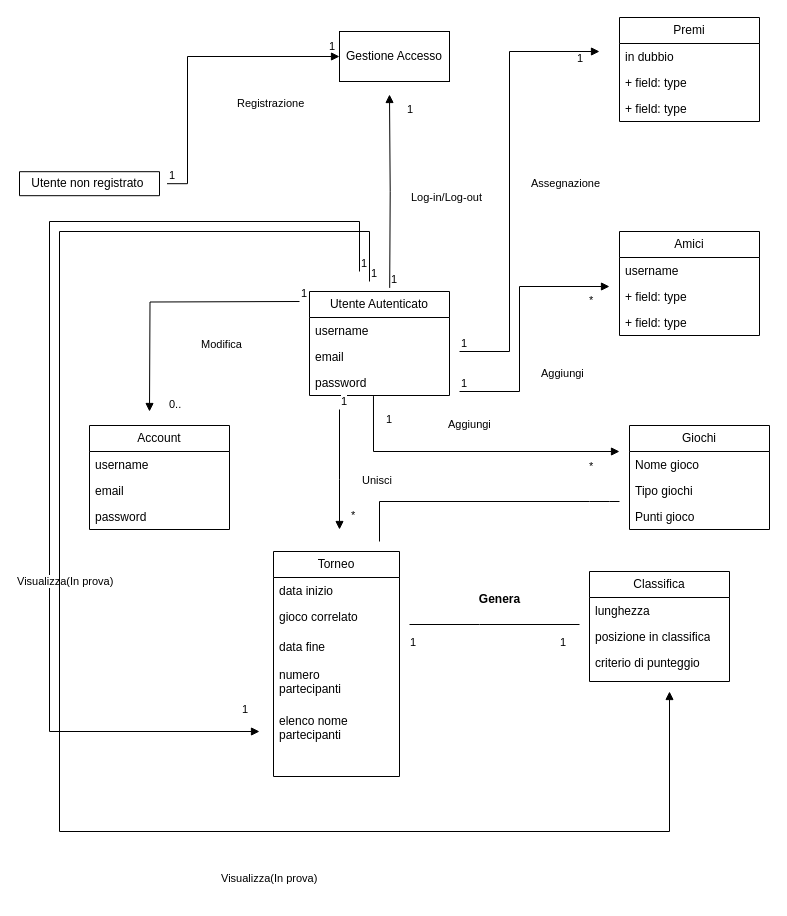
The draw.io diagram EF2/documentazione_progetto/UML_dominio.drawio in IngSW-unipv/Progetto-K24, before the edit. Source tidied: cells renumbered, new cells numbered last; positions are measured from the earlier drawing's top-left corner, leaving out a move shared by most shapes. Both pictures are drawn from the tidied source at 100%, with x=0, y=0 at pixel (19, 17).
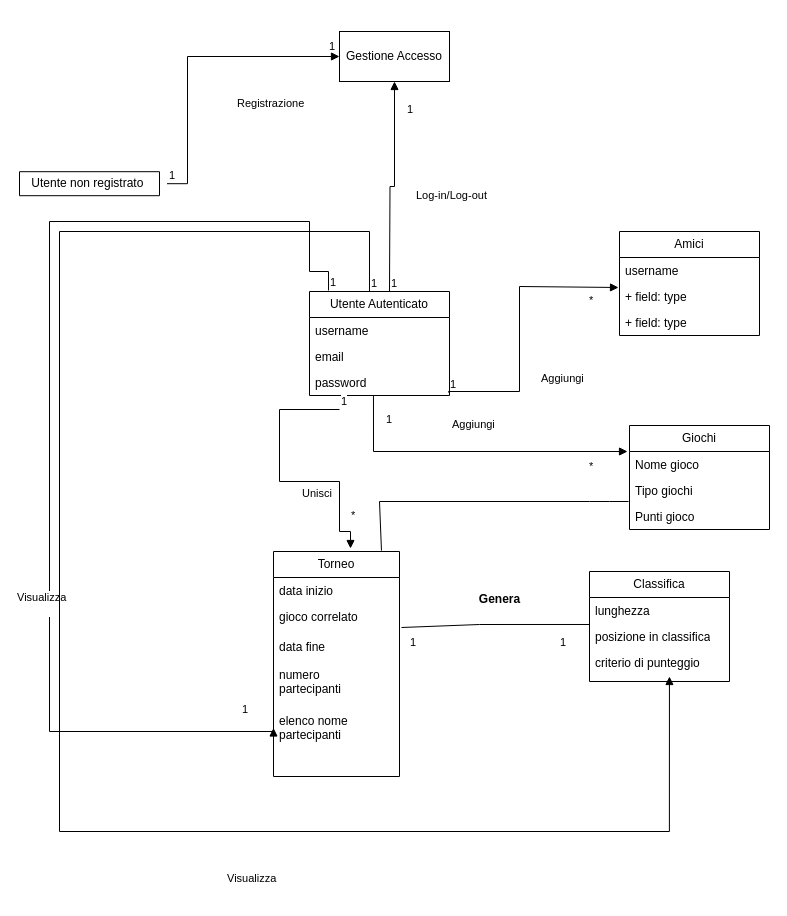
The same page after the edit.

The change refers to these unchanged cells:
```xml
<mxCell id="2" value="Torneo" style="swimlane;fontStyle=0;horizontal=1;startSize=26;fillColor=none;whiteSpace=wrap;html=1;" parent="1" vertex="1">
  <mxGeometry x="254" y="534" width="126" height="225" as="geometry" />
</mxCell>
<mxCell id="4" value="gioco correlato" style="text;strokeColor=none;fillColor=none;align=left;verticalAlign=top;spacingLeft=4;spacingRight=4;overflow=hidden;points=[[0,0.5],[1,0.5]];portConstraint=eastwest;whiteSpace=wrap;html=1;" parent="2" vertex="1">
  <mxGeometry y="52" width="126" height="30" as="geometry" />
</mxCell>
<mxCell id="7" value="elenco nome partecipanti" style="text;strokeColor=none;fillColor=none;align=left;verticalAlign=top;spacingLeft=4;spacingRight=4;overflow=hidden;points=[[0,0.5],[1,0.5]];portConstraint=eastwest;whiteSpace=wrap;html=1;" parent="2" vertex="1">
  <mxGeometry y="156" width="126" height="41" as="geometry" />
</mxCell>
<mxCell id="9" value="Utente Autenticato" style="swimlane;fontStyle=0;horizontal=1;startSize=26;fillColor=none;whiteSpace=wrap;html=1;" parent="1" vertex="1">
  <mxGeometry x="290" y="274" width="140" height="104" as="geometry" />
</mxCell>
<mxCell id="12" value="password" style="text;strokeColor=none;fillColor=none;align=left;verticalAlign=top;spacingLeft=4;spacingRight=4;overflow=hidden;points=[[0,0.5],[1,0.5]];portConstraint=eastwest;whiteSpace=wrap;html=1;" parent="9" vertex="1">
  <mxGeometry y="78" width="140" height="26" as="geometry" />
</mxCell>
<mxCell id="16" value="Gestione Accesso" style="html=1;whiteSpace=wrap;" parent="1" vertex="1">
  <mxGeometry x="320" y="14" width="110" height="50" as="geometry" />
</mxCell>
<mxCell id="21" value="+ field: type" style="text;strokeColor=none;fillColor=none;align=left;verticalAlign=top;spacingLeft=4;spacingRight=4;overflow=hidden;points=[[0,0.5],[1,0.5]];portConstraint=eastwest;whiteSpace=wrap;html=1;" parent="19" vertex="1">
  <mxGeometry y="52" width="140" height="26" as="geometry" />
</mxCell>
<mxCell id="28" value="Nome gioco" style="text;strokeColor=none;fillColor=none;align=left;verticalAlign=top;spacingLeft=4;spacingRight=4;overflow=hidden;points=[[0,0.5],[1,0.5]];portConstraint=eastwest;whiteSpace=wrap;html=1;" parent="27" vertex="1">
  <mxGeometry y="26" width="140" height="26" as="geometry" />
</mxCell>
<mxCell id="29" value="Tipo giochi" style="text;strokeColor=none;fillColor=none;align=left;verticalAlign=top;spacingLeft=4;spacingRight=4;overflow=hidden;points=[[0,0.5],[1,0.5]];portConstraint=eastwest;whiteSpace=wrap;html=1;" parent="27" vertex="1">
  <mxGeometry y="52" width="140" height="26" as="geometry" />
</mxCell>
<mxCell id="51" value="&lt;span style=&quot;color: rgb(0, 0, 0); font-family: Helvetica; font-size: 11px; font-style: normal; font-variant-ligatures: normal; font-variant-caps: normal; font-weight: 400; letter-spacing: normal; orphans: 2; text-align: left; text-indent: 0px; text-transform: none; widows: 2; word-spacing: 0px; -webkit-text-stroke-width: 0px; background-color: rgb(255, 255, 255); text-decoration-thickness: initial; text-decoration-style: initial; text-decoration-color: initial; float: none; display: inline !important;&quot;&gt;*&lt;/span&gt;" style="text;whiteSpace=wrap;html=1;" parent="1" vertex="1">
  <mxGeometry x="330" y="484" width="40" height="40" as="geometry" />
</mxCell>
<mxCell id="56" style="text;strokeColor=none;fillColor=none;align=left;verticalAlign=top;spacingLeft=4;spacingRight=4;overflow=hidden;points=[[0,0.5],[1,0.5]];portConstraint=eastwest;whiteSpace=wrap;html=1;" parent="52" vertex="1">
  <mxGeometry y="104" width="140" height="6" as="geometry" />
</mxCell>
<mxCell id="59" value="posizione in classifica" style="text;strokeColor=none;fillColor=none;align=left;verticalAlign=top;spacingLeft=4;spacingRight=4;overflow=hidden;points=[[0,0.5],[1,0.5]];portConstraint=eastwest;whiteSpace=wrap;html=1;" parent="1" vertex="1">
  <mxGeometry x="570" y="606" width="140" height="26" as="geometry" />
</mxCell>
```

Change to the diagram source:
```diff
@@
-    <mxCell id="14" value="Log-in/Log-out" style="endArrow=block;endFill=1;html=1;edgeStyle=orthogonalEdgeStyle;align=left;verticalAlign=top;rounded=0;exitX=0.573;exitY=0.033;exitDx=0;exitDy=0;exitPerimeter=0;" parent="1" edge="1">
+    <mxCell id="14" value="Log-in/Log-out" style="endArrow=block;endFill=1;html=1;edgeStyle=orthogonalEdgeStyle;align=left;verticalAlign=top;rounded=0;entryX=0.5;entryY=1;entryDx=0;entryDy=0;" parent="1" edge="1" target="16">
       <mxGeometry x="0.06" y="-20" relative="1" as="geometry">
-        <mxPoint x="370.2" y="270.4" as="sourcePoint" />
-        <mxPoint x="370" y="77" as="targetPoint" />
+        <mxPoint x="370" y="274" as="sourcePoint" />
       </mxGeometry>
     </mxCell>
@@
-    <mxCell id="23" value="Premi" style="swimlane;fontStyle=0;horizontal=1;startSize=26;fillColor=none;whiteSpace=wrap;html=1;" parent="1" vertex="1">
-      <mxGeometry x="600" width="140" height="104" as="geometry" />
-    </mxCell>
-    <mxCell id="24" value="in dubbio" style="text;strokeColor=none;fillColor=none;align=left;verticalAlign=top;spacingLeft=4;spacingRight=4;overflow=hidden;whiteSpace=wrap;html=1;" parent="23" vertex="1">
-      <mxGeometry y="26" width="140" height="26" as="geometry" />
-    </mxCell>
-    <mxCell id="25" value="+ field: type" style="text;strokeColor=none;fillColor=none;align=left;verticalAlign=top;spacingLeft=4;spacingRight=4;overflow=hidden;whiteSpace=wrap;html=1;" parent="23" vertex="1">
-      <mxGeometry y="52" width="140" height="26" as="geometry" />
-    </mxCell>
-    <mxCell id="26" value="+ field: type" style="text;strokeColor=none;fillColor=none;align=left;verticalAlign=top;spacingLeft=4;spacingRight=4;overflow=hidden;whiteSpace=wrap;html=1;" parent="23" vertex="1">
-      <mxGeometry y="78" width="140" height="26" as="geometry" />
-    </mxCell>
@@
-    <mxCell id="31" value="Account" style="swimlane;fontStyle=0;horizontal=1;startSize=26;fillColor=none;whiteSpace=wrap;html=1;" parent="1" vertex="1">
-      <mxGeometry x="70" y="408" width="140" height="104" as="geometry" />
-    </mxCell>
-    <mxCell id="32" value="username" style="text;strokeColor=none;fillColor=none;align=left;verticalAlign=top;spacingLeft=4;spacingRight=4;overflow=hidden;whiteSpace=wrap;html=1;" parent="31" vertex="1">
-      <mxGeometry y="26" width="140" height="26" as="geometry" />
-    </mxCell>
-    <mxCell id="33" value="email" style="text;strokeColor=none;fillColor=none;align=left;verticalAlign=top;spacingLeft=4;spacingRight=4;overflow=hidden;whiteSpace=wrap;html=1;" parent="31" vertex="1">
-      <mxGeometry y="52" width="140" height="26" as="geometry" />
-    </mxCell>
-    <mxCell id="34" value="password" style="text;strokeColor=none;fillColor=none;align=left;verticalAlign=top;spacingLeft=4;spacingRight=4;overflow=hidden;whiteSpace=wrap;html=1;" parent="31" vertex="1">
-      <mxGeometry y="78" width="140" height="26" as="geometry" />
-    </mxCell>
-    <mxCell id="35" value="Modifica" style="endArrow=block;endFill=1;html=1;edgeStyle=orthogonalEdgeStyle;align=left;verticalAlign=top;rounded=0;" parent="1" edge="1">
-      <mxGeometry x="-0.23" y="30" relative="1" as="geometry">
-        <mxPoint x="280" y="284" as="sourcePoint" />
-        <mxPoint x="130" y="394" as="targetPoint" />
-      </mxGeometry>
-    </mxCell>
-    <mxCell id="36" value="1" style="edgeLabel;html=1;align=left;verticalAlign=bottom;" parent="35" vertex="1">
-      <mxGeometry x="-1" relative="1" as="geometry" />
-    </mxCell>
-    <mxCell id="37" value="0..&lt;br&gt;" style="edgeLabel;html=1;align=left;verticalAlign=bottom;" parent="1" vertex="1">
-      <mxGeometry x="150" y="512" as="geometry">
-        <mxPoint x="-2" y="-117" as="offset" />
-      </mxGeometry>
-    </mxCell>
-    <mxCell id="38" value="Assegnazione&lt;br&gt;" style="endArrow=block;endFill=1;html=1;edgeStyle=orthogonalEdgeStyle;align=left;verticalAlign=top;rounded=0;" parent="1" edge="1">
-      <mxGeometry x="0.05" y="-20" relative="1" as="geometry">
-        <mxPoint x="440" y="334" as="sourcePoint" />
-        <mxPoint x="580" y="34" as="targetPoint" />
-        <Array as="points">
-          <mxPoint x="490" y="334" />
-          <mxPoint x="490" y="34" />
-        </Array>
-      </mxGeometry>
-    </mxCell>
-    <mxCell id="39" value="1" style="edgeLabel;html=1;align=left;verticalAlign=bottom;" parent="38" vertex="1">
-      <mxGeometry x="-1" relative="1" as="geometry" />
-    </mxCell>
-    <mxCell id="40" value="1" style="edgeLabel;html=1;align=left;verticalAlign=bottom;" parent="1" vertex="1">
-      <mxGeometry x="558.3" y="166.2" as="geometry">
-        <mxPoint x="-2" y="-117" as="offset" />
-      </mxGeometry>
-    </mxCell>
-    <mxCell id="41" value="Aggiungi&lt;br&gt;" style="endArrow=block;endFill=1;html=1;edgeStyle=orthogonalEdgeStyle;align=left;verticalAlign=top;rounded=0;" parent="1" edge="1">
+    <mxCell id="41" value="Aggiungi&lt;br&gt;" style="endArrow=block;endFill=1;html=1;edgeStyle=orthogonalEdgeStyle;align=left;verticalAlign=top;rounded=0;exitX=0.993;exitY=0.885;exitDx=0;exitDy=0;exitPerimeter=0;entryX=-0.007;entryY=0.154;entryDx=0;entryDy=0;entryPerimeter=0;" parent="1" edge="1" source="12" target="21">
       <mxGeometry x="-0.29" y="-20" relative="1" as="geometry">
-        <mxPoint x="440" y="374" as="sourcePoint" />
-        <mxPoint x="590" y="269" as="targetPoint" />
         <Array as="points">
+          <mxPoint x="429" y="374" />
           <mxPoint x="500" y="374" />
           <mxPoint x="500" y="269" />
         </Array>
       </mxGeometry>
     </mxCell>
@@
-    <mxCell id="44" value="Aggiungi" style="endArrow=block;endFill=1;html=1;edgeStyle=orthogonalEdgeStyle;align=left;verticalAlign=top;rounded=0;exitX=0.457;exitY=1.023;exitDx=0;exitDy=0;exitPerimeter=0;" parent="1" edge="1" source="12">
+    <mxCell id="44" value="Aggiungi" style="endArrow=block;endFill=1;html=1;edgeStyle=orthogonalEdgeStyle;align=left;verticalAlign=top;rounded=0;exitX=0.457;exitY=1.023;exitDx=0;exitDy=0;exitPerimeter=0;entryX=-0.014;entryY=0;entryDx=0;entryDy=0;entryPerimeter=0;" parent="1" edge="1" source="12" target="28">
       <mxGeometry x="-0.15" y="40" relative="1" as="geometry">
-        <mxPoint x="600" y="434" as="targetPoint" />
         <Array as="points">
           <mxPoint x="354" y="434" />
         </Array>
       </mxGeometry>
     </mxCell>
@@
-    <mxCell id="46" value="Unisci" style="endArrow=block;endFill=1;html=1;edgeStyle=orthogonalEdgeStyle;align=left;verticalAlign=top;rounded=0;" parent="1" edge="1">
+    <mxCell id="46" value="Unisci" style="endArrow=block;endFill=1;html=1;edgeStyle=orthogonalEdgeStyle;align=left;verticalAlign=top;rounded=0;entryX=0.025;entryY=1.175;entryDx=0;entryDy=0;entryPerimeter=0;" parent="1" edge="1" target="51">
       <mxGeometry x="-0.03" y="21" relative="1" as="geometry">
         <mxPoint x="320" y="392" as="sourcePoint" />
-        <mxPoint x="320" y="512" as="targetPoint" />
         <Array as="points">
-          <mxPoint x="320" y="462" />
-          <mxPoint x="320" y="462" />
+          <mxPoint x="260" y="392" />
+          <mxPoint x="260" y="464" />
+          <mxPoint x="320" y="464" />
+          <mxPoint x="320" y="514" />
+          <mxPoint x="331" y="514" />
         </Array>
       </mxGeometry>
     </mxCell>
@@
-    <mxCell id="57" style="endArrow=none;html=1;rounded=0;" parent="1" edge="1">
+    <mxCell id="57" style="endArrow=none;html=1;rounded=0;exitX=1.016;exitY=0.8;exitDx=0;exitDy=0;exitPerimeter=0;entryX=0;entryY=0.038;entryDx=0;entryDy=0;entryPerimeter=0;" parent="1" edge="1" source="4" target="59">
       <mxGeometry relative="1" as="geometry">
-        <mxPoint x="390" y="607" as="sourcePoint" />
-        <mxPoint x="560" y="607" as="targetPoint" />
         <Array as="points">
           <mxPoint x="460" y="607" />
         </Array>
       </mxGeometry>
     </mxCell>
-    <mxCell id="58" style="endArrow=none;html=1;rounded=0;exitX=0.75;exitY=1;exitDx=0;exitDy=0;" parent="1" edge="1" source="51">
+    <mxCell id="58" style="endArrow=none;html=1;rounded=0;exitX=0.857;exitY=-0.004;exitDx=0;exitDy=0;exitPerimeter=0;entryX=-0.007;entryY=0.923;entryDx=0;entryDy=0;entryPerimeter=0;" parent="1" edge="1" source="2" target="29">
       <mxGeometry relative="1" as="geometry">
-        <mxPoint x="600" y="484" as="targetPoint" />
         <Array as="points">
           <mxPoint x="360" y="484" />
           <mxPoint x="570" y="484" />
           <mxPoint x="590" y="484" />
         </Array>
       </mxGeometry>
     </mxCell>
@@
-    <mxCell id="63" value="Visualizza(In prova)" style="endArrow=block;endFill=1;html=1;edgeStyle=orthogonalEdgeStyle;align=left;verticalAlign=top;rounded=0;" parent="1" edge="1">
+    <mxCell id="63" value="Visualizza&lt;div&gt;&lt;br/&gt;&lt;/div&gt;" style="endArrow=block;endFill=1;html=1;edgeStyle=orthogonalEdgeStyle;align=left;verticalAlign=top;rounded=0;exitX=0.136;exitY=-0.01;exitDx=0;exitDy=0;exitPerimeter=0;entryX=0;entryY=0.5;entryDx=0;entryDy=0;" parent="1" edge="1" source="9" target="7">
       <mxGeometry x="0.31" y="-34" relative="1" as="geometry">
-        <mxPoint x="340" y="254" as="sourcePoint" />
-        <mxPoint x="240" y="714" as="targetPoint" />
         <Array as="points">
-          <mxPoint x="340" y="204" />
+          <mxPoint x="309" y="254" />
+          <mxPoint x="290" y="254" />
+          <mxPoint x="290" y="204" />
           <mxPoint x="30" y="204" />
           <mxPoint x="30" y="714" />
+          <mxPoint x="254" y="714" />
         </Array>
       </mxGeometry>
     </mxCell>
@@
-    <mxCell id="66" value="Visualizza(In prova)" style="endArrow=block;endFill=1;html=1;edgeStyle=orthogonalEdgeStyle;align=left;verticalAlign=top;rounded=0;" parent="1" edge="1">
+    <mxCell id="66" value="Visualizza&lt;div&gt;&lt;br/&gt;&lt;/div&gt;" style="endArrow=block;endFill=1;html=1;edgeStyle=orthogonalEdgeStyle;align=left;verticalAlign=top;rounded=0;entryX=0.571;entryY=0.167;entryDx=0;entryDy=0;entryPerimeter=0;" parent="1" edge="1" source="9" target="56">
       <mxGeometry x="0.31" y="-34" relative="1" as="geometry">
-        <mxPoint x="350" y="264" as="sourcePoint" />
-        <mxPoint x="650" y="674" as="targetPoint" />
         <Array as="points">
           <mxPoint x="350" y="214" />
           <mxPoint x="40" y="214" />
           <mxPoint x="40" y="814" />
+          <mxPoint x="650" y="814" />
         </Array>
       </mxGeometry>
     </mxCell>
```
